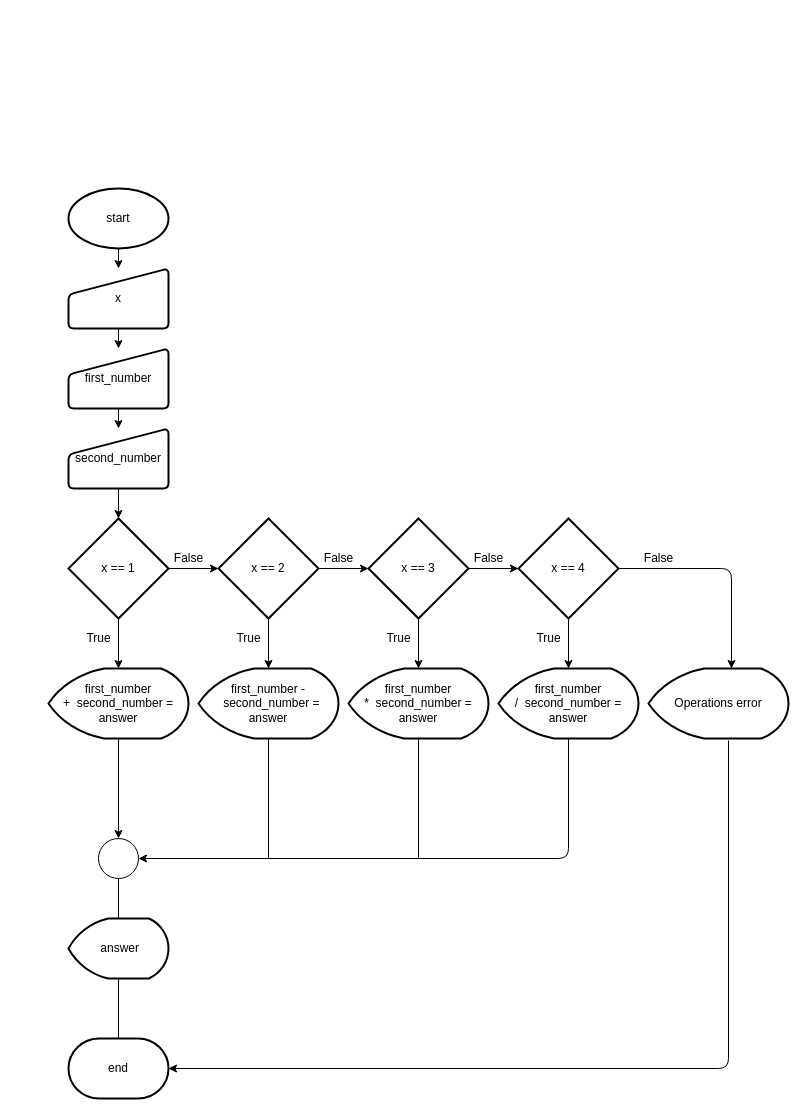
The draw.io diagram Draw IO L01/EX4.drawio in Sonparun/Sonparun, before the edit. Source tidied: cells renumbered, new cells numbered last; positions are measured from the earlier drawing's top-left corner, leaving out a move shared by most shapes. Both pictures are drawn from the tidied source at 100%, with x=0, y=0 at pixel (48, 188).
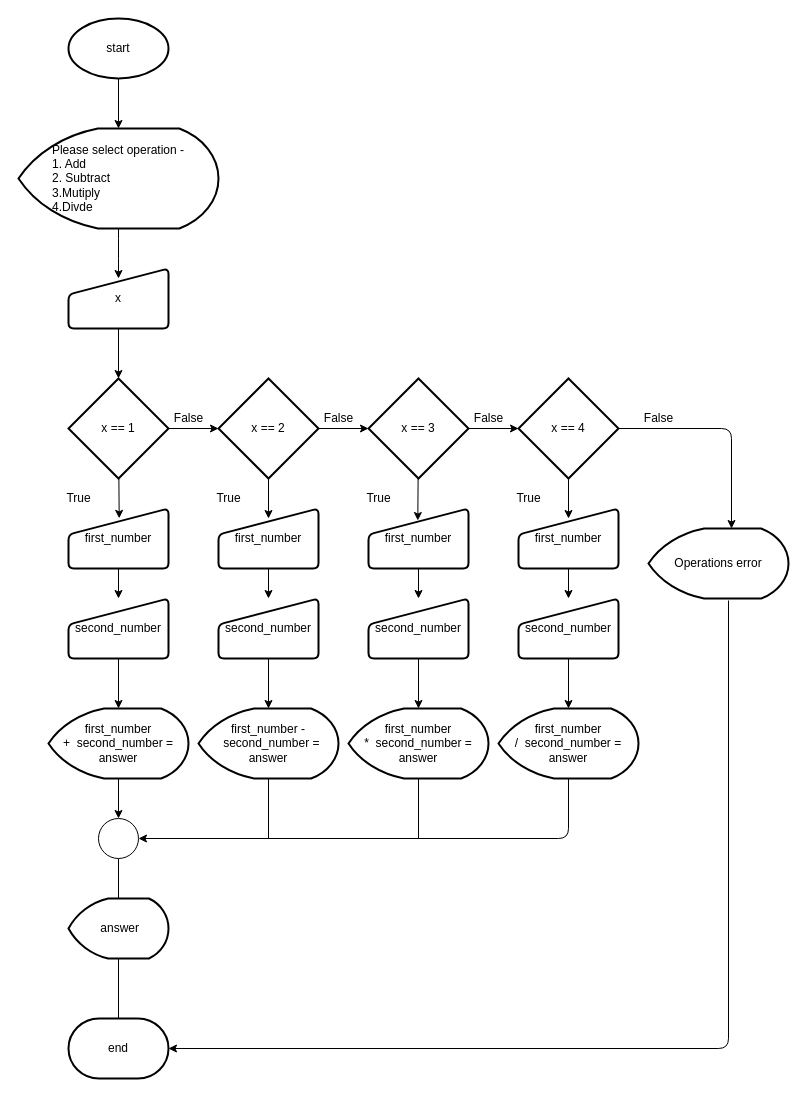
After the change.

Unchanged cells that the change refers to:
```xml
<mxCell id="6" value="x" style="html=1;strokeWidth=2;shape=manualInput;whiteSpace=wrap;rounded=1;size=26;arcSize=11;" parent="1" vertex="1">
  <mxGeometry x="20" y="80" width="100" height="60" as="geometry" />
</mxCell>
```

Diff of the diagram source:
```diff
@@
-    <mxCell id="2" style="edgeStyle=none;html=1;exitX=0.5;exitY=1;exitDx=0;exitDy=0;exitPerimeter=0;" parent="1" edge="1" source="3" target="6">
-      <mxGeometry relative="1" as="geometry" />
-    </mxCell>
+    <mxCell id="45" style="edgeStyle=none;html=1;endArrow=classic;endFill=1;" parent="1" edge="1" source="3" target="67">
+      <mxGeometry relative="1" as="geometry" />
+    </mxCell>
     <mxCell id="3" value="start" style="strokeWidth=2;html=1;shape=mxgraph.flowchart.start_1;whiteSpace=wrap;" parent="1" vertex="1">
-      <mxGeometry x="20" width="100" height="60" as="geometry" />
+      <mxGeometry x="20" y="-170" width="100" height="60" as="geometry" />
     </mxCell>
     <mxCell id="4" value="end" style="strokeWidth=2;html=1;shape=mxgraph.flowchart.terminator;whiteSpace=wrap;" parent="1" vertex="1">
-      <mxGeometry x="20" y="850" width="100" height="60" as="geometry" />
+      <mxGeometry x="20" y="830" width="100" height="60" as="geometry" />
     </mxCell>
-    <mxCell id="5" style="edgeStyle=none;html=1;" parent="1" edge="1" source="6" target="8">
-      <mxGeometry relative="1" as="geometry" />
-    </mxCell>
+    <mxCell id="46" style="edgeStyle=none;html=1;entryX=0.5;entryY=0;entryDx=0;entryDy=0;entryPerimeter=0;endArrow=classic;endFill=1;" parent="1" edge="1" source="6" target="13">
+      <mxGeometry relative="1" as="geometry" />
+    </mxCell>
@@
-    <mxCell id="7" style="edgeStyle=none;html=1;" parent="1" edge="1" source="8" target="10">
+    <mxCell id="7" style="edgeStyle=none;html=1;entryX=0.5;entryY=0;entryDx=0;entryDy=0;endArrow=classic;endFill=1;" parent="1" edge="1" source="8" target="10">
       <mxGeometry relative="1" as="geometry" />
     </mxCell>
     <mxCell id="8" value="first_number" style="html=1;strokeWidth=2;shape=manualInput;whiteSpace=wrap;rounded=1;size=26;arcSize=11;" parent="1" vertex="1">
-      <mxGeometry x="20" y="160" width="100" height="60" as="geometry" />
+      <mxGeometry x="20" y="320" width="100" height="60" as="geometry" />
     </mxCell>
-    <mxCell id="9" style="edgeStyle=none;html=1;entryX=0.5;entryY=0;entryDx=0;entryDy=0;entryPerimeter=0;" parent="1" edge="1" source="10" target="13">
-      <mxGeometry relative="1" as="geometry" />
-    </mxCell>
+    <mxCell id="47" style="edgeStyle=none;html=1;entryX=0.5;entryY=0;entryDx=0;entryDy=0;entryPerimeter=0;endArrow=classic;endFill=1;" parent="1" edge="1" source="10" target="15">
+      <mxGeometry relative="1" as="geometry" />
+    </mxCell>
     <mxCell id="10" value="second_number" style="html=1;strokeWidth=2;shape=manualInput;whiteSpace=wrap;rounded=1;size=26;arcSize=11;" parent="1" vertex="1">
-      <mxGeometry x="20" y="240" width="100" height="60" as="geometry" />
+      <mxGeometry x="20" y="410" width="100" height="60" as="geometry" />
     </mxCell>
-    <mxCell id="11" style="edgeStyle=none;html=1;entryX=0.5;entryY=0;entryDx=0;entryDy=0;entryPerimeter=0;" parent="1" edge="1" source="13" target="15">
-      <mxGeometry relative="1" as="geometry" />
-    </mxCell>
@@
+    <mxCell id="48" style="edgeStyle=none;html=1;entryX=0.507;entryY=0.164;entryDx=0;entryDy=0;endArrow=classic;endFill=1;entryPerimeter=0;" parent="1" edge="1" source="13" target="8">
+      <mxGeometry relative="1" as="geometry" />
+    </mxCell>
     <mxCell id="13" value="x == 1" style="strokeWidth=2;html=1;shape=mxgraph.flowchart.decision;whiteSpace=wrap;" parent="1" vertex="1">
-      <mxGeometry x="20" y="330" width="100" height="100" as="geometry" />
+      <mxGeometry x="20" y="190" width="100" height="100" as="geometry" />
     </mxCell>
@@
     <mxCell id="15" value="&lt;span&gt;first_number +&amp;nbsp;&amp;nbsp;&lt;/span&gt;second_number = answer" style="strokeWidth=2;html=1;shape=mxgraph.flowchart.display;whiteSpace=wrap;" parent="1" vertex="1">
-      <mxGeometry y="480" width="140" height="70" as="geometry" />
+      <mxGeometry y="520" width="140" height="70" as="geometry" />
     </mxCell>
@@
-    <mxCell id="17" style="edgeStyle=none;html=1;exitX=0.5;exitY=1;exitDx=0;exitDy=0;exitPerimeter=0;entryX=0.5;entryY=0;entryDx=0;entryDy=0;entryPerimeter=0;" parent="1" edge="1" source="18" target="25">
-      <mxGeometry relative="1" as="geometry" />
-    </mxCell>
+    <mxCell id="49" style="edgeStyle=none;html=1;entryX=0.5;entryY=0.167;entryDx=0;entryDy=0;entryPerimeter=0;endArrow=classic;endFill=1;" parent="1" edge="1" source="18" target="55">
+      <mxGeometry relative="1" as="geometry" />
+    </mxCell>
     <mxCell id="18" value="x == 2" style="strokeWidth=2;html=1;shape=mxgraph.flowchart.decision;whiteSpace=wrap;" parent="1" vertex="1">
-      <mxGeometry x="170" y="330" width="100" height="100" as="geometry" />
+      <mxGeometry x="170" y="190" width="100" height="100" as="geometry" />
     </mxCell>
@@
-    <mxCell id="20" style="edgeStyle=none;html=1;entryX=0.5;entryY=0;entryDx=0;entryDy=0;entryPerimeter=0;" parent="1" edge="1" source="21" target="27">
-      <mxGeometry relative="1" as="geometry" />
-    </mxCell>
+    <mxCell id="50" style="edgeStyle=none;html=1;entryX=0.493;entryY=0.2;entryDx=0;entryDy=0;entryPerimeter=0;endArrow=classic;endFill=1;" parent="1" edge="1" source="21" target="59">
+      <mxGeometry relative="1" as="geometry" />
+    </mxCell>
     <mxCell id="21" value="x == 3" style="strokeWidth=2;html=1;shape=mxgraph.flowchart.decision;whiteSpace=wrap;" parent="1" vertex="1">
-      <mxGeometry x="320" y="330" width="100" height="100" as="geometry" />
+      <mxGeometry x="320" y="190" width="100" height="100" as="geometry" />
     </mxCell>
-    <mxCell id="22" style="edgeStyle=none;html=1;entryX=0.5;entryY=0;entryDx=0;entryDy=0;entryPerimeter=0;" parent="1" edge="1" source="23" target="28">
-      <mxGeometry relative="1" as="geometry" />
-    </mxCell>
+    <mxCell id="51" style="edgeStyle=none;html=1;entryX=0.5;entryY=0.167;entryDx=0;entryDy=0;entryPerimeter=0;endArrow=classic;endFill=1;" parent="1" edge="1" source="23" target="63">
+      <mxGeometry relative="1" as="geometry" />
+    </mxCell>
     <mxCell id="23" value="x == 4" style="strokeWidth=2;html=1;shape=mxgraph.flowchart.decision;whiteSpace=wrap;" parent="1" vertex="1">
-      <mxGeometry x="470" y="330" width="100" height="100" as="geometry" />
+      <mxGeometry x="470" y="190" width="100" height="100" as="geometry" />
     </mxCell>
-    <mxCell id="24" style="edgeStyle=none;html=1;endArrow=none;endFill=0;" parent="1" edge="1" source="25">
-      <mxGeometry relative="1" as="geometry">
-        <mxPoint x="220" y="670" as="targetPoint" />
-      </mxGeometry>
-    </mxCell>
+    <mxCell id="52" style="edgeStyle=none;html=1;endArrow=none;endFill=0;" parent="1" edge="1" source="25">
+      <mxGeometry relative="1" as="geometry">
+        <mxPoint x="220" y="650" as="targetPoint" />
+      </mxGeometry>
+    </mxCell>
     <mxCell id="25" value="&lt;span&gt;first_number -&amp;nbsp;&amp;nbsp;&lt;/span&gt;second_number = answer" style="strokeWidth=2;html=1;shape=mxgraph.flowchart.display;whiteSpace=wrap;" parent="1" vertex="1">
-      <mxGeometry x="150" y="480" width="140" height="70" as="geometry" />
+      <mxGeometry x="150" y="520" width="140" height="70" as="geometry" />
     </mxCell>
-    <mxCell id="26" style="edgeStyle=none;html=1;endArrow=none;endFill=0;" parent="1" edge="1" source="27">
-      <mxGeometry relative="1" as="geometry">
-        <mxPoint x="370" y="670" as="targetPoint" />
-      </mxGeometry>
-    </mxCell>
+    <mxCell id="53" style="edgeStyle=none;html=1;endArrow=none;endFill=0;" parent="1" edge="1" source="27">
+      <mxGeometry relative="1" as="geometry">
+        <mxPoint x="370" y="650" as="targetPoint" />
+      </mxGeometry>
+    </mxCell>
     <mxCell id="27" value="&lt;span&gt;first_number *&amp;nbsp;&amp;nbsp;&lt;/span&gt;second_number&amp;nbsp;= answer" style="strokeWidth=2;html=1;shape=mxgraph.flowchart.display;whiteSpace=wrap;" parent="1" vertex="1">
-      <mxGeometry x="300" y="480" width="140" height="70" as="geometry" />
+      <mxGeometry x="300" y="520" width="140" height="70" as="geometry" />
     </mxCell>
     <mxCell id="28" value="&lt;span&gt;first_number /&amp;nbsp;&amp;nbsp;&lt;/span&gt;second_number&amp;nbsp;= answer" style="strokeWidth=2;html=1;shape=mxgraph.flowchart.display;whiteSpace=wrap;" parent="1" vertex="1">
-      <mxGeometry x="450" y="480" width="140" height="70" as="geometry" />
+      <mxGeometry x="450" y="520" width="140" height="70" as="geometry" />
     </mxCell>
@@
     <mxCell id="30" style="verticalLabelPosition=bottom;verticalAlign=top;html=1;shape=mxgraph.flowchart.on-page_reference;" parent="1" vertex="1">
-      <mxGeometry x="50" y="650" width="40" height="40" as="geometry" />
+      <mxGeometry x="50" y="630" width="40" height="40" as="geometry" />
     </mxCell>
-    <mxCell id="31" style="edgeStyle=none;html=1;entryX=0.5;entryY=0;entryDx=0;entryDy=0;entryPerimeter=0;endArrow=none;endFill=0;" parent="1" edge="1" source="32" target="4">
-      <mxGeometry relative="1" as="geometry" />
+    <mxCell id="31" style="edgeStyle=none;html=1;entryX=0.5;entryY=0;entryDx=0;entryDy=0;entryPerimeter=0;endArrow=none;endFill=0;" parent="1" edge="1" source="32">
+      <mxGeometry relative="1" as="geometry">
+        <mxPoint x="70" y="830" as="targetPoint" />
+      </mxGeometry>
     </mxCell>
     <mxCell id="32" value="&lt;span&gt;&amp;nbsp;answer&lt;/span&gt;" style="strokeWidth=2;html=1;shape=mxgraph.flowchart.display;whiteSpace=wrap;" parent="1" vertex="1">
-      <mxGeometry x="20" y="730" width="100" height="60" as="geometry" />
+      <mxGeometry x="20" y="710" width="100" height="60" as="geometry" />
     </mxCell>
     <mxCell id="33" value="Operations error" style="strokeWidth=2;html=1;shape=mxgraph.flowchart.display;whiteSpace=wrap;" parent="1" vertex="1">
-      <mxGeometry x="600" y="480" width="140" height="70" as="geometry" />
+      <mxGeometry x="600" y="340" width="140" height="70" as="geometry" />
     </mxCell>
     <mxCell id="34" style="edgeStyle=elbowEdgeStyle;elbow=horizontal;endArrow=classic;html=1;exitX=1;exitY=0.5;exitDx=0;exitDy=0;exitPerimeter=0;" parent="1" edge="1" source="23">
       <mxGeometry relative="1" as="geometry">
-        <mxPoint x="683" y="480" as="targetPoint" />
+        <mxPoint x="683" y="340" as="targetPoint" />
         <Array as="points">
-          <mxPoint x="683" y="430" />
+          <mxPoint x="683" y="290" />
         </Array>
       </mxGeometry>
     </mxCell>
-    <mxCell id="35" style="edgeStyle=segmentEdgeStyle;endArrow=classic;html=1;entryX=1;entryY=0.5;entryDx=0;entryDy=0;entryPerimeter=0;exitX=0.5;exitY=1;exitDx=0;exitDy=0;exitPerimeter=0;" parent="1" edge="1" source="28" target="30">
-      <mxGeometry relative="1" as="geometry">
-        <Array as="points">
-          <mxPoint x="520" y="670" />
-        </Array>
-      </mxGeometry>
-    </mxCell>
     <mxCell id="36" style="edgeStyle=segmentEdgeStyle;endArrow=classic;html=1;entryX=1;entryY=0.5;entryDx=0;entryDy=0;entryPerimeter=0;" parent="1" edge="1">
       <mxGeometry relative="1" as="geometry">
-        <mxPoint x="680" y="552" as="sourcePoint" />
-        <mxPoint x="120" y="880" as="targetPoint" />
+        <mxPoint x="680" y="412" as="sourcePoint" />
+        <mxPoint x="120" y="860" as="targetPoint" />
         <Array as="points">
-          <mxPoint x="680" y="552" />
-          <mxPoint x="680" y="880" />
+          <mxPoint x="680" y="860" />
         </Array>
       </mxGeometry>
     </mxCell>
     <mxCell id="37" value="True" style="text;html=1;align=center;verticalAlign=middle;strokeColor=none;fillColor=none;" parent="1" vertex="1">
-      <mxGeometry x="30" y="440" width="40" height="20" as="geometry" />
+      <mxGeometry x="10" y="300" width="40" height="20" as="geometry" />
     </mxCell>
     <mxCell id="38" value="True" style="text;html=1;align=center;verticalAlign=middle;strokeColor=none;fillColor=none;" parent="1" vertex="1">
-      <mxGeometry x="180" y="440" width="40" height="20" as="geometry" />
+      <mxGeometry x="160" y="300" width="40" height="20" as="geometry" />
     </mxCell>
     <mxCell id="39" value="True" style="text;html=1;align=center;verticalAlign=middle;strokeColor=none;fillColor=none;" parent="1" vertex="1">
-      <mxGeometry x="330" y="440" width="40" height="20" as="geometry" />
+      <mxGeometry x="310" y="300" width="40" height="20" as="geometry" />
     </mxCell>
     <mxCell id="40" value="True" style="text;html=1;align=center;verticalAlign=middle;strokeColor=none;fillColor=none;" parent="1" vertex="1">
-      <mxGeometry x="480" y="440" width="40" height="20" as="geometry" />
+      <mxGeometry x="460" y="300" width="40" height="20" as="geometry" />
     </mxCell>
     <mxCell id="41" value="False" style="text;html=1;align=center;verticalAlign=middle;strokeColor=none;fillColor=none;" parent="1" vertex="1">
-      <mxGeometry x="120" y="360" width="40" height="20" as="geometry" />
+      <mxGeometry x="120" y="220" width="40" height="20" as="geometry" />
     </mxCell>
     <mxCell id="42" value="False" style="text;html=1;align=center;verticalAlign=middle;strokeColor=none;fillColor=none;" parent="1" vertex="1">
-      <mxGeometry x="270" y="360" width="40" height="20" as="geometry" />
+      <mxGeometry x="270" y="220" width="40" height="20" as="geometry" />
     </mxCell>
     <mxCell id="43" value="False" style="text;html=1;align=center;verticalAlign=middle;strokeColor=none;fillColor=none;" parent="1" vertex="1">
-      <mxGeometry x="420" y="360" width="40" height="20" as="geometry" />
+      <mxGeometry x="420" y="220" width="40" height="20" as="geometry" />
     </mxCell>
     <mxCell id="44" value="False" style="text;html=1;align=center;verticalAlign=middle;strokeColor=none;fillColor=none;" parent="1" vertex="1">
-      <mxGeometry x="590" y="360" width="40" height="20" as="geometry" />
+      <mxGeometry x="590" y="220" width="40" height="20" as="geometry" />
     </mxCell>
+    <mxCell id="54" style="edgeStyle=none;html=1;entryX=0.5;entryY=0;entryDx=0;entryDy=0;endArrow=classic;endFill=1;" parent="1" edge="1" source="55" target="57">
+      <mxGeometry relative="1" as="geometry" />
+    </mxCell>
+    <mxCell id="55" value="first_number" style="html=1;strokeWidth=2;shape=manualInput;whiteSpace=wrap;rounded=1;size=26;arcSize=11;" parent="1" vertex="1">
+      <mxGeometry x="170" y="320" width="100" height="60" as="geometry" />
+    </mxCell>
+    <mxCell id="56" style="edgeStyle=none;html=1;entryX=0.5;entryY=0;entryDx=0;entryDy=0;entryPerimeter=0;endArrow=classic;endFill=1;" parent="1" edge="1" source="57" target="25">
+      <mxGeometry relative="1" as="geometry" />
+    </mxCell>
+    <mxCell id="57" value="second_number" style="html=1;strokeWidth=2;shape=manualInput;whiteSpace=wrap;rounded=1;size=26;arcSize=11;" parent="1" vertex="1">
+      <mxGeometry x="170" y="410" width="100" height="60" as="geometry" />
+    </mxCell>
+    <mxCell id="58" style="edgeStyle=none;html=1;entryX=0.5;entryY=0;entryDx=0;entryDy=0;endArrow=classic;endFill=1;" parent="1" edge="1" source="59" target="61">
+      <mxGeometry relative="1" as="geometry" />
+    </mxCell>
+    <mxCell id="59" value="first_number" style="html=1;strokeWidth=2;shape=manualInput;whiteSpace=wrap;rounded=1;size=26;arcSize=11;" parent="1" vertex="1">
+      <mxGeometry x="320" y="320" width="100" height="60" as="geometry" />
+    </mxCell>
+    <mxCell id="60" style="edgeStyle=none;html=1;entryX=0.5;entryY=0;entryDx=0;entryDy=0;entryPerimeter=0;endArrow=classic;endFill=1;" parent="1" edge="1" source="61" target="27">
+      <mxGeometry relative="1" as="geometry" />
+    </mxCell>
+    <mxCell id="61" value="second_number" style="html=1;strokeWidth=2;shape=manualInput;whiteSpace=wrap;rounded=1;size=26;arcSize=11;" parent="1" vertex="1">
+      <mxGeometry x="320" y="410" width="100" height="60" as="geometry" />
+    </mxCell>
+    <mxCell id="62" style="edgeStyle=none;html=1;entryX=0.5;entryY=0;entryDx=0;entryDy=0;endArrow=classic;endFill=1;" parent="1" edge="1" source="63" target="65">
+      <mxGeometry relative="1" as="geometry" />
+    </mxCell>
+    <mxCell id="63" value="first_number" style="html=1;strokeWidth=2;shape=manualInput;whiteSpace=wrap;rounded=1;size=26;arcSize=11;" parent="1" vertex="1">
+      <mxGeometry x="470" y="320" width="100" height="60" as="geometry" />
+    </mxCell>
+    <mxCell id="64" style="edgeStyle=none;html=1;entryX=0.5;entryY=0;entryDx=0;entryDy=0;entryPerimeter=0;endArrow=classic;endFill=1;" parent="1" edge="1" source="65" target="28">
+      <mxGeometry relative="1" as="geometry" />
+    </mxCell>
+    <mxCell id="65" value="second_number" style="html=1;strokeWidth=2;shape=manualInput;whiteSpace=wrap;rounded=1;size=26;arcSize=11;" parent="1" vertex="1">
+      <mxGeometry x="470" y="410" width="100" height="60" as="geometry" />
+    </mxCell>
+    <mxCell id="35" style="edgeStyle=segmentEdgeStyle;endArrow=classic;html=1;entryX=1;entryY=0.5;entryDx=0;entryDy=0;entryPerimeter=0;exitX=0.5;exitY=1;exitDx=0;exitDy=0;exitPerimeter=0;" parent="1" edge="1" source="28" target="30">
+      <mxGeometry relative="1" as="geometry">
+        <Array as="points">
+          <mxPoint x="520" y="650" />
+        </Array>
+      </mxGeometry>
+    </mxCell>
+    <mxCell id="66" style="edgeStyle=none;html=1;endArrow=classic;endFill=1;" parent="1" edge="1" source="67">
+      <mxGeometry relative="1" as="geometry">
+        <mxPoint x="70" y="90" as="targetPoint" />
+        <Array as="points">
+          <mxPoint x="70" y="60" />
+        </Array>
+      </mxGeometry>
+    </mxCell>
+    <mxCell id="67" value="&lt;p style=&quot;line-height: 1&quot;&gt;&lt;/p&gt;&lt;div style=&quot;text-align: left&quot;&gt;&lt;span&gt;Please select operation -&lt;/span&gt;&lt;/div&gt;&lt;span&gt;&lt;div style=&quot;text-align: left&quot;&gt;&lt;span&gt;1. Add&lt;/span&gt;&lt;/div&gt;&lt;/span&gt;&lt;span&gt;&lt;div style=&quot;text-align: left&quot;&gt;&lt;span&gt;2. Subtract&lt;/span&gt;&lt;/div&gt;&lt;/span&gt;&lt;span&gt;&lt;div style=&quot;text-align: left&quot;&gt;&lt;span&gt;3.Mutiply&lt;/span&gt;&lt;/div&gt;&lt;/span&gt;&lt;span&gt;&lt;div style=&quot;text-align: left&quot;&gt;&lt;span&gt;4.Divde&lt;/span&gt;&lt;/div&gt;&lt;/span&gt;&lt;p&gt;&lt;/p&gt;" style="strokeWidth=2;html=1;shape=mxgraph.flowchart.display;whiteSpace=wrap;" parent="1" vertex="1">
+      <mxGeometry x="-30" y="-60" width="200" height="100" as="geometry" />
+    </mxCell>
```
